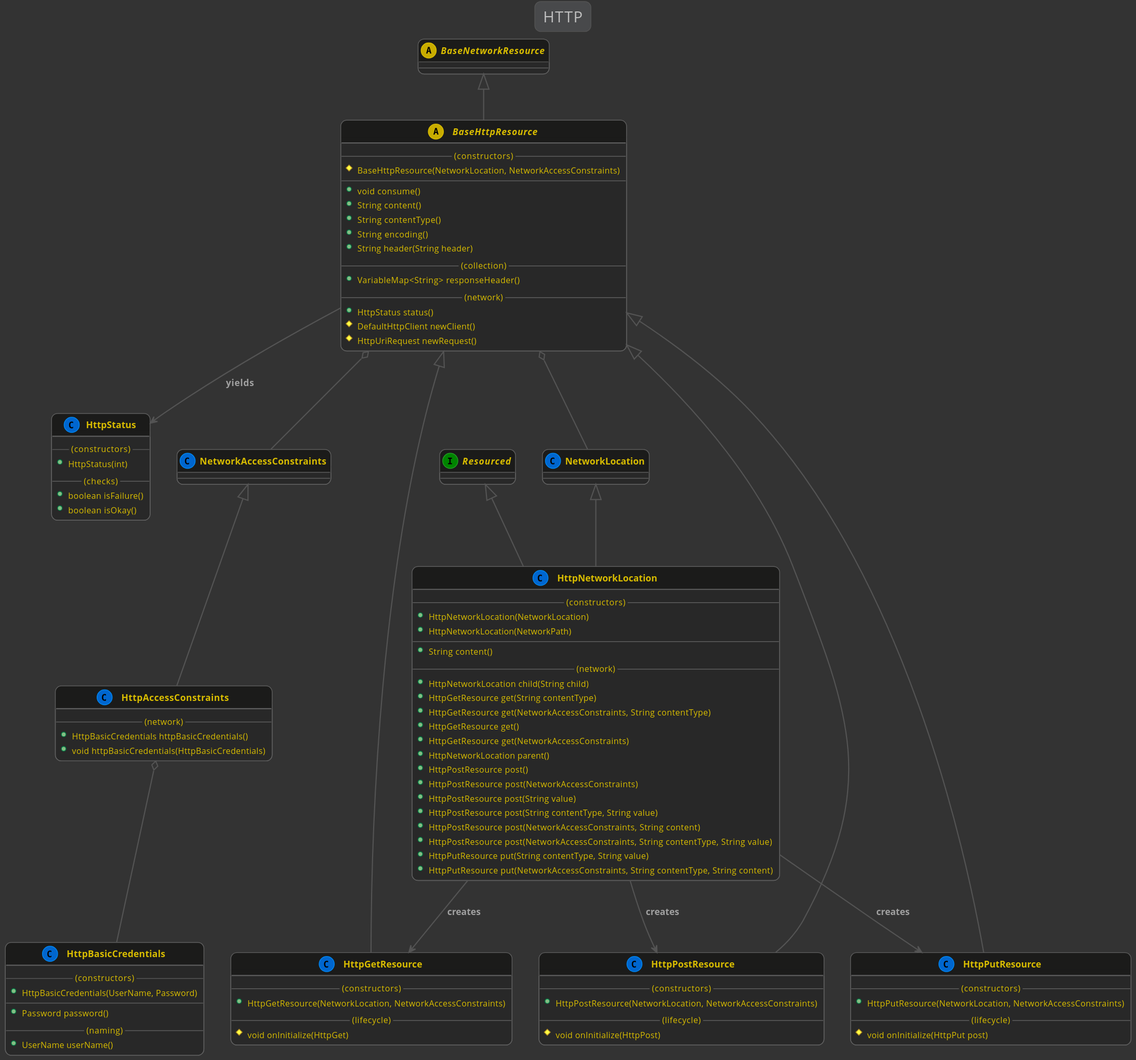
Earlier version of the PlantUML export kivakit-core/network/http/documentation/diagrams/diagram-http.svg (Telenav/kivakit).
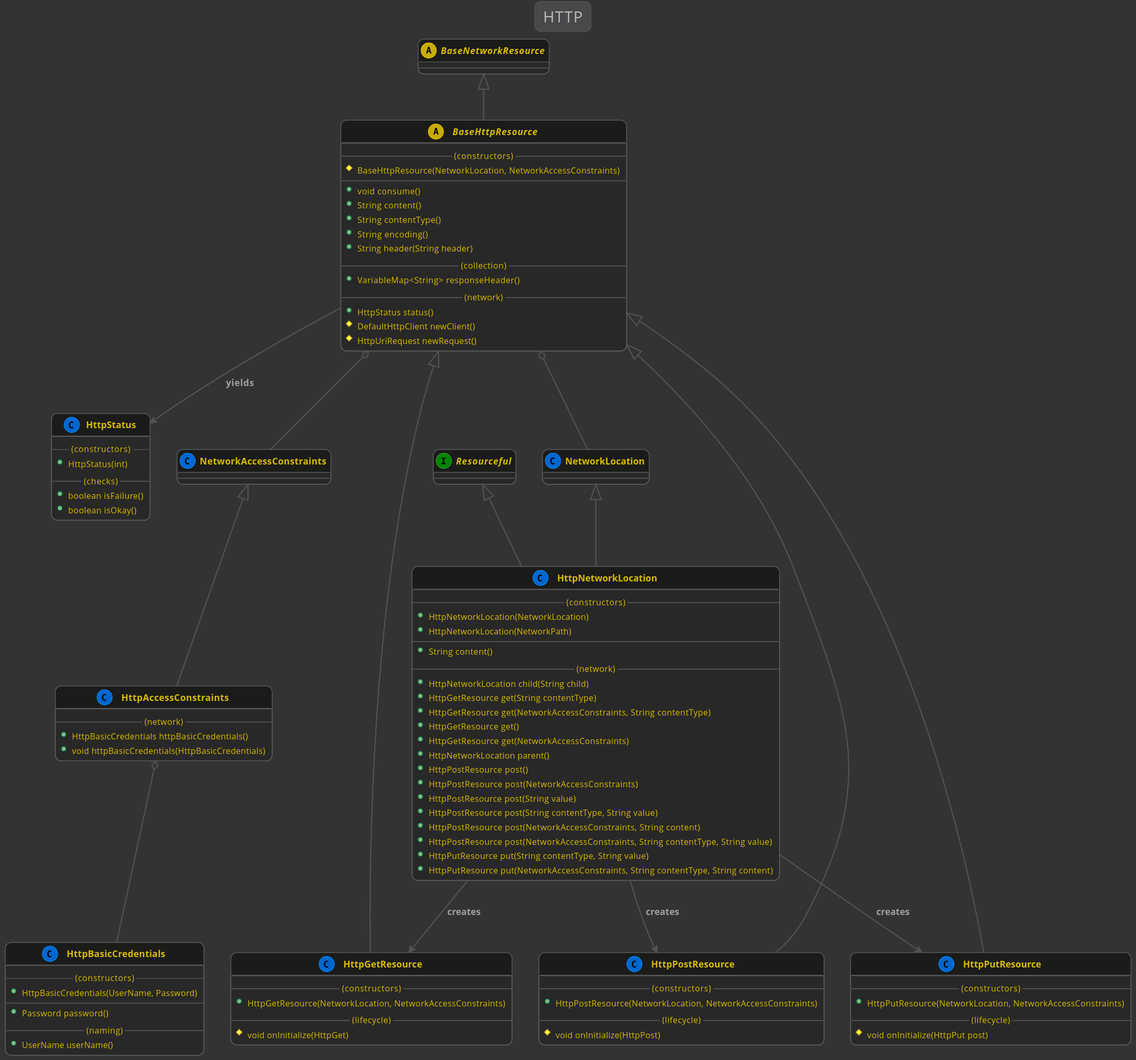
The same diagram one commit later.

Change to the diagram source:
```diff
@@ -7,7 +7,7 @@
     abstract BaseNetworkResource
     abstract BaseHttpResource
 
-    interface Resourced
+    interface Resourceful
 
     BaseNetworkResource <|-- BaseHttpResource
     BaseHttpResource --> HttpStatus : "yields"
@@ -60,7 +60,7 @@
     }
 
     NetworkLocation <|-- HttpNetworkLocation
-    Resourced <|-- HttpNetworkLocation
+    Resourceful <|-- HttpNetworkLocation
     HttpNetworkLocation --> HttpGetResource : "creates"
     HttpNetworkLocation --> HttpPostResource : "creates"
     HttpNetworkLocation --> HttpPutResource : "creates"
```
